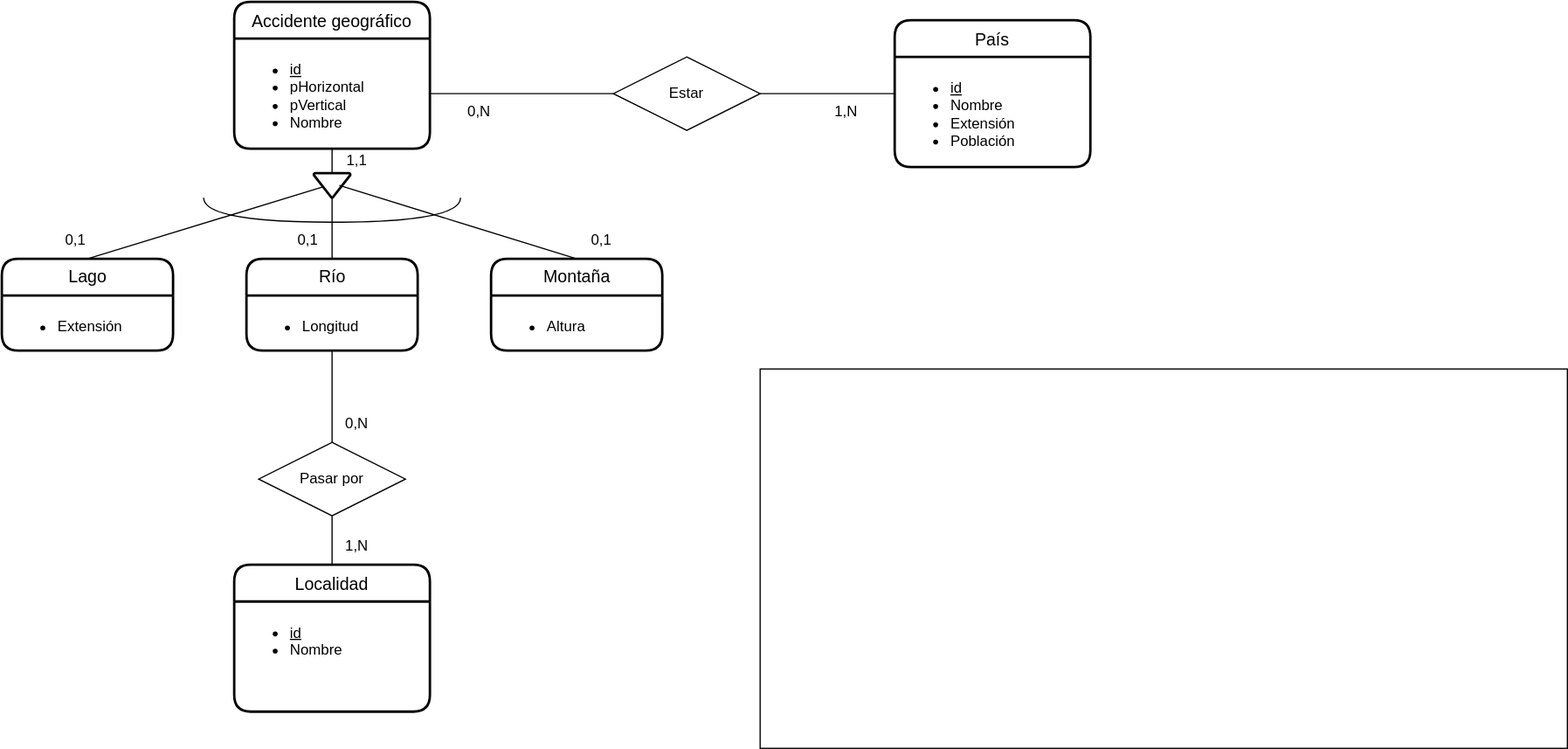
The draw.io diagram UD12-11.svg in Jimxx22/C3-UD11-UML, before a commit. Source tidied: cells renumbered, new cells last; positions are measured from the earlier drawing's top-left corner, leaving out a move shared by most shapes.
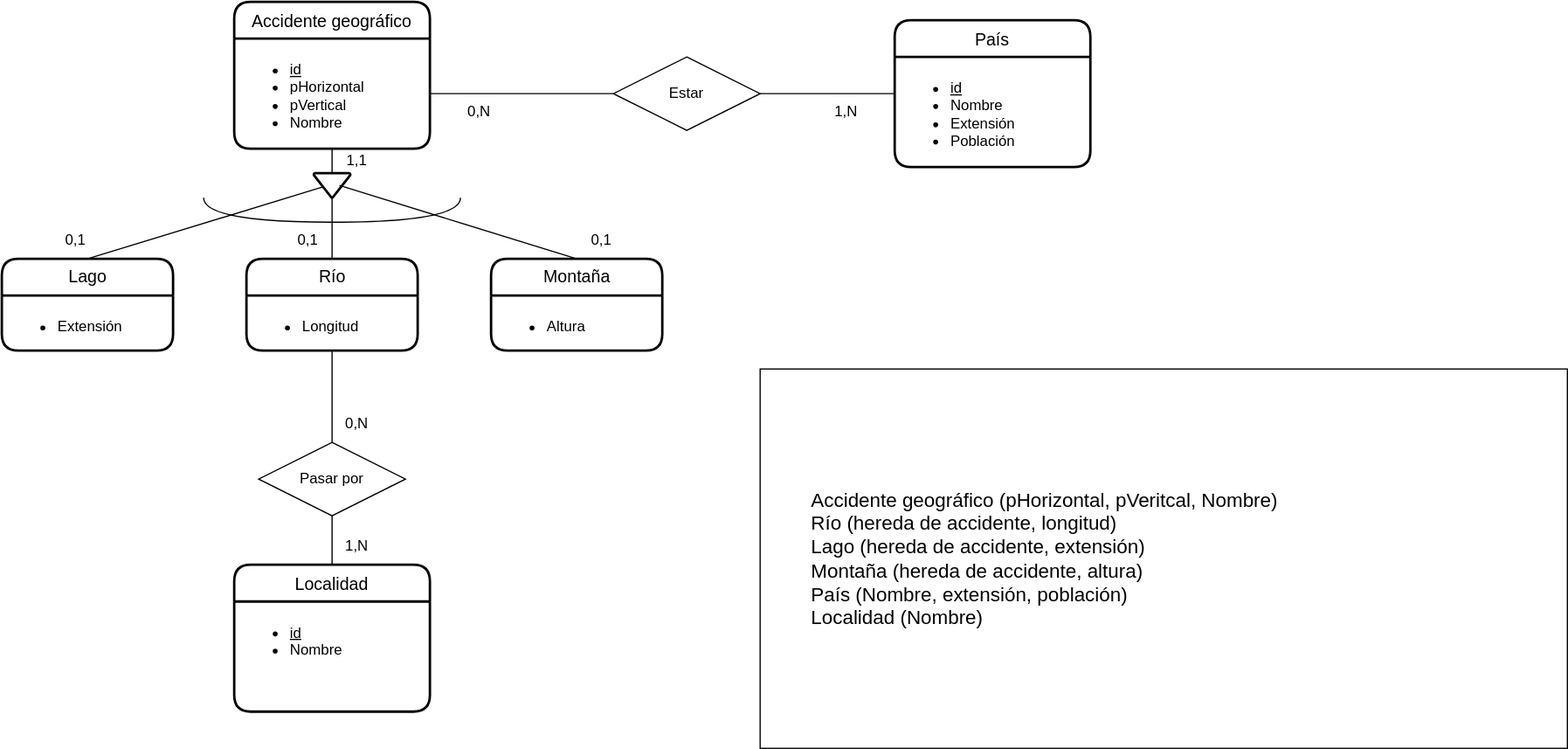
After the commit.

The edit, as a diff of the source:
```diff
@@ -107,7 +107,7 @@
     <mxCell id="33" value="&lt;ul&gt;&lt;li&gt;Altura&lt;/li&gt;&lt;/ul&gt;" style="align=left;strokeColor=none;fillColor=none;spacingLeft=4;fontSize=12;verticalAlign=top;html=1;labelBackgroundColor=none;" parent="32" vertex="1">
       <mxGeometry y="30" width="140" height="45" as="geometry" />
     </mxCell>
-    <mxCell id="34" style="rounded=0;whiteSpace=wrap;html=1;align=left;" parent="1" vertex="1">
+    <mxCell id="34" value="&lt;blockquote style=&quot;margin: 0 0 0 40px; border: none; padding: 0px;&quot;&gt;&lt;div style=&quot;font-size: 16px;&quot;&gt;&lt;font style=&quot;font-size: 16px;&quot;&gt;Accidente geográfico (pHorizontal, pVeritcal, Nombre)&lt;/font&gt;&lt;/div&gt;&lt;div style=&quot;font-size: 16px;&quot;&gt;&lt;font style=&quot;font-size: 16px;&quot;&gt;Río (hereda de accidente, longitud)&lt;/font&gt;&lt;/div&gt;&lt;div style=&quot;font-size: 16px;&quot;&gt;&lt;font style=&quot;font-size: 16px;&quot;&gt;Lago (hereda de accidente, extensión)&lt;/font&gt;&lt;/div&gt;&lt;div style=&quot;font-size: 16px;&quot;&gt;&lt;font style=&quot;font-size: 16px;&quot;&gt;Montaña (hereda de accidente, altura)&amp;nbsp;&lt;/font&gt;&lt;/div&gt;&lt;div style=&quot;font-size: 16px;&quot;&gt;&lt;font style=&quot;font-size: 16px;&quot;&gt;País (Nombre, extensión, población)&lt;/font&gt;&lt;/div&gt;&lt;div style=&quot;font-size: 16px;&quot;&gt;&lt;font style=&quot;font-size: 16px;&quot;&gt;Localidad (Nombre)&lt;/font&gt;&lt;/div&gt;&lt;/blockquote&gt;" style="rounded=0;whiteSpace=wrap;html=1;align=left;" parent="1" vertex="1">
       <mxGeometry x="620" y="300" width="660" height="310" as="geometry" />
     </mxCell>
   </root>
```
